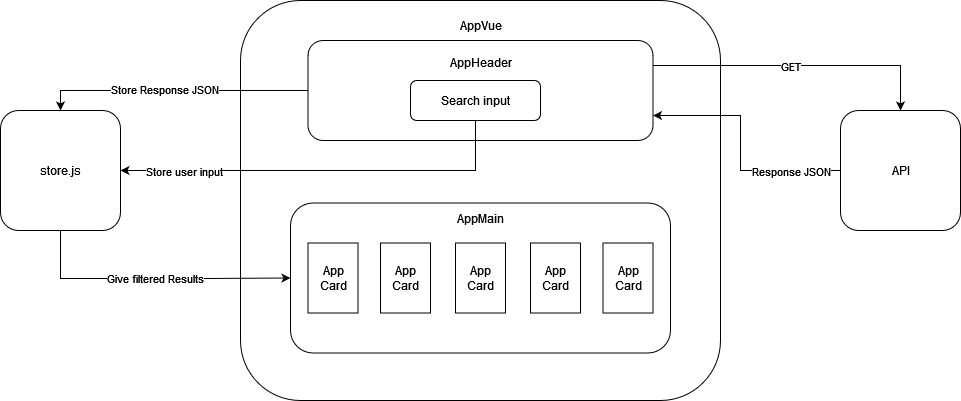
Before: Project Diagram.png, a diagram exported from draw.io (D4riu5/vite-boolflix). Source tidied: cells renumbered, new cells last; positions are measured from the earlier drawing's top-left corner, leaving out a move shared by most shapes.
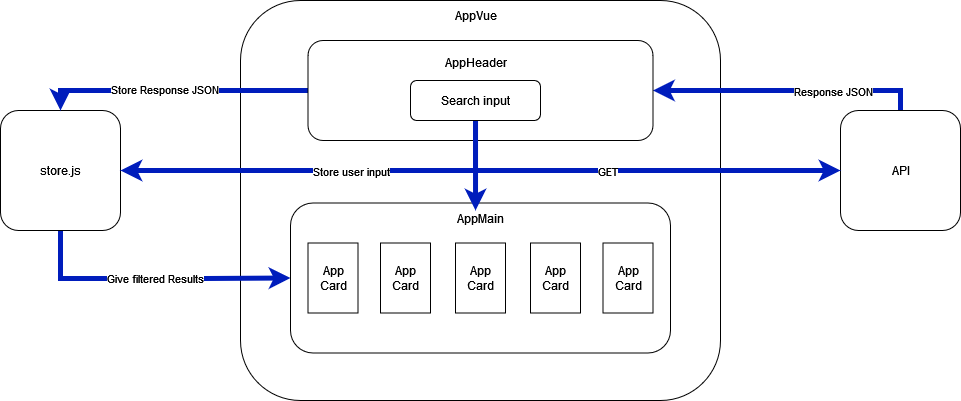
Later version of the same file.

Commit message:
V 0.4.5 - fixed: diagram png bg to white from transparent

Change to the diagram source:
```diff
@@ -1,4 +1,4 @@
-<mxGraphModel>
+<mxGraphModel background="#ffffff">
   <root>
     <mxCell id="0" />
     <mxCell id="1" parent="0" />
@@ -6,9 +6,9 @@
       <mxGeometry x="240" width="480" height="400" as="geometry" />
     </mxCell>
     <mxCell id="3" value="AppVue" style="text;html=1;align=center;verticalAlign=middle;strokeColor=none;fillColor=none;" parent="1" vertex="1">
-      <mxGeometry x="445" y="10" width="70" height="30" as="geometry" />
+      <mxGeometry x="440" width="70" height="30" as="geometry" />
     </mxCell>
-    <mxCell id="4" style="edgeStyle=orthogonalEdgeStyle;rounded=0;jettySize=auto;html=1;entryX=0;entryY=0.5;entryDx=0;entryDy=0;" parent="1" edge="1" source="6" target="17">
+    <mxCell id="4" style="edgeStyle=orthogonalEdgeStyle;rounded=0;jettySize=auto;html=1;entryX=0;entryY=0.5;entryDx=0;entryDy=0;strokeWidth=5;fillColor=#0050ef;strokeColor=#001DBC;" parent="1" edge="1" source="6" target="17">
       <mxGeometry relative="1" as="geometry">
         <Array as="points">
           <mxPoint x="60" y="278" />
@@ -22,17 +22,16 @@
     <mxCell id="6" style="rounded=1;whiteSpace=wrap;html=1;" parent="1" vertex="1">
       <mxGeometry y="110" width="120" height="120" as="geometry" />
     </mxCell>
-    <mxCell id="7" style="edgeStyle=orthogonalEdgeStyle;rounded=0;jettySize=auto;html=1;entryX=1;entryY=0.75;entryDx=0;entryDy=0;" parent="1" edge="1" source="9" target="16">
+    <mxCell id="7" style="edgeStyle=orthogonalEdgeStyle;rounded=0;jettySize=auto;html=1;entryX=1;entryY=0.5;entryDx=0;entryDy=0;strokeWidth=5;fillColor=#0050ef;strokeColor=#001DBC;" parent="1" edge="1" source="9" target="16">
       <mxGeometry relative="1" as="geometry">
         <Array as="points">
-          <mxPoint x="740" y="170" />
-          <mxPoint x="740" y="115" />
+          <mxPoint x="900" y="90" />
         </Array>
       </mxGeometry>
     </mxCell>
     <mxCell id="8" value="Response JSON" style="edgeLabel;html=1;align=center;verticalAlign=middle;" parent="7" vertex="1">
       <mxGeometry x="-0.38" y="1" relative="1" as="geometry">
-        <mxPoint x="25" y="-1" as="offset" />
+        <mxPoint x="-5" y="-1" as="offset" />
       </mxGeometry>
     </mxCell>
     <mxCell id="9" style="rounded=1;whiteSpace=wrap;html=1;" parent="1" vertex="1">
@@ -44,7 +43,7 @@
     <mxCell id="11" value="API" style="text;html=1;align=center;verticalAlign=middle;strokeColor=none;fillColor=none;" parent="1" vertex="1">
       <mxGeometry x="880" y="155" width="40" height="30" as="geometry" />
     </mxCell>
-    <mxCell id="12" style="edgeStyle=orthogonalEdgeStyle;rounded=0;jettySize=auto;html=1;entryX=0.5;entryY=0;entryDx=0;entryDy=0;exitX=1;exitY=0.25;exitDx=0;exitDy=0;" parent="1" edge="1" source="16" target="9">
+    <mxCell id="12" style="edgeStyle=orthogonalEdgeStyle;rounded=0;jettySize=auto;html=1;entryX=0;entryY=0.5;entryDx=0;entryDy=0;strokeWidth=5;exitX=0.5;exitY=1;exitDx=0;exitDy=0;strokeColor=#001DBC;fillColor=#0050ef;" parent="1" edge="1" source="32" target="9">
       <mxGeometry relative="1" as="geometry" />
     </mxCell>
     <mxCell id="13" value="GET" style="edgeLabel;html=1;align=center;verticalAlign=middle;" parent="12" vertex="1">
@@ -52,7 +51,7 @@
         <mxPoint x="31" y="-3" as="offset" />
       </mxGeometry>
     </mxCell>
-    <mxCell id="14" style="edgeStyle=orthogonalEdgeStyle;rounded=0;jettySize=auto;html=1;entryX=0.5;entryY=0;entryDx=0;entryDy=0;" parent="1" edge="1" source="16" target="6">
+    <mxCell id="14" style="edgeStyle=orthogonalEdgeStyle;rounded=0;jettySize=auto;html=1;entryX=0.5;entryY=0;entryDx=0;entryDy=0;strokeWidth=5;fillColor=#0050ef;strokeColor=#001DBC;" parent="1" edge="1" source="16" target="6">
       <mxGeometry relative="1" as="geometry" />
     </mxCell>
     <mxCell id="15" value="&lt;div&gt;Store Response JSON&lt;/div&gt;" style="edgeLabel;html=1;align=center;verticalAlign=middle;" parent="14" vertex="1">
@@ -100,9 +99,9 @@
       <mxGeometry x="602.5" y="257.5" width="50" height="40" as="geometry" />
     </mxCell>
     <mxCell id="29" value="&lt;div&gt;AppHeader&lt;/div&gt;&lt;div&gt;&lt;br&gt;&lt;/div&gt;" style="text;html=1;align=center;verticalAlign=middle;strokeColor=none;fillColor=none;" parent="1" vertex="1">
-      <mxGeometry x="440" y="50" width="80" height="40" as="geometry" />
+      <mxGeometry x="435" y="50" width="80" height="40" as="geometry" />
     </mxCell>
-    <mxCell id="30" style="edgeStyle=orthogonalEdgeStyle;rounded=0;jettySize=auto;html=1;entryX=1;entryY=0.5;entryDx=0;entryDy=0;" parent="1" edge="1" source="32" target="6">
+    <mxCell id="30" style="edgeStyle=orthogonalEdgeStyle;rounded=0;jettySize=auto;html=1;entryX=1;entryY=0.5;entryDx=0;entryDy=0;strokeWidth=5;fillColor=#0050ef;strokeColor=#001DBC;" parent="1" edge="1" source="32" target="6">
       <mxGeometry relative="1" as="geometry">
         <Array as="points">
           <mxPoint x="475" y="170" />
@@ -111,9 +110,12 @@
     </mxCell>
     <mxCell id="31" value="Store user input" style="edgeLabel;html=1;align=center;verticalAlign=middle;" parent="30" vertex="1">
       <mxGeometry x="0.73" y="3" relative="1" as="geometry">
-        <mxPoint x="9" y="-3" as="offset" />
+        <mxPoint x="176" y="-3" as="offset" />
       </mxGeometry>
     </mxCell>
+    <mxCell id="33" style="edgeStyle=orthogonalEdgeStyle;rounded=0;jettySize=auto;html=1;entryX=0.429;entryY=0.25;entryDx=0;entryDy=0;entryPerimeter=0;strokeWidth=5;fillColor=#0050ef;strokeColor=#001DBC;" parent="1" edge="1" source="32" target="18">
+      <mxGeometry relative="1" as="geometry" />
+    </mxCell>
     <mxCell id="32" value="&lt;div&gt;Search input&lt;/div&gt;" style="rounded=1;whiteSpace=wrap;html=1;" parent="1" vertex="1">
       <mxGeometry x="410" y="80" width="130" height="40" as="geometry" />
     </mxCell>
```
